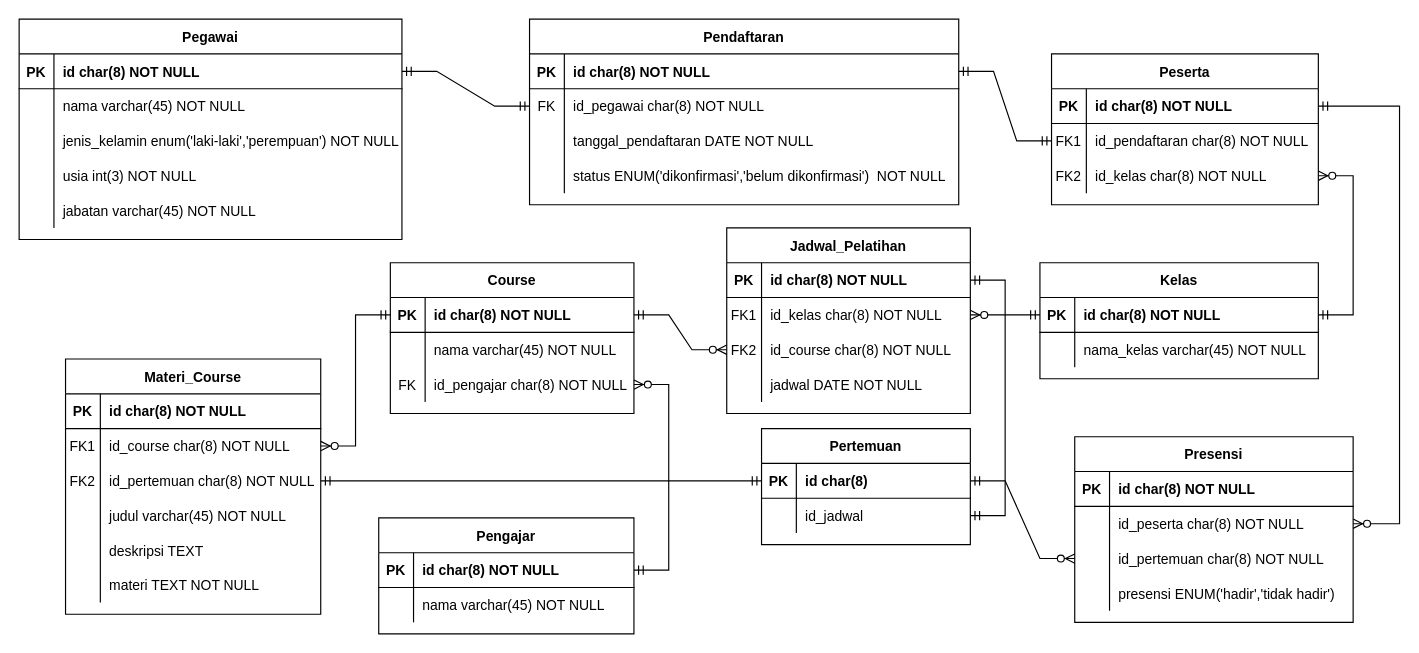
The draw.io diagram PelatihanPegawai.drawio in amar-ti2021/tugas_basis_data, before the edit. Source tidied: cells renumbered, new cells numbered last; positions are measured from the earlier drawing's top-left corner, leaving out a move shared by most shapes. Both pictures are drawn from the tidied source at 116%, with x=0, y=0 at pixel (19, 19).
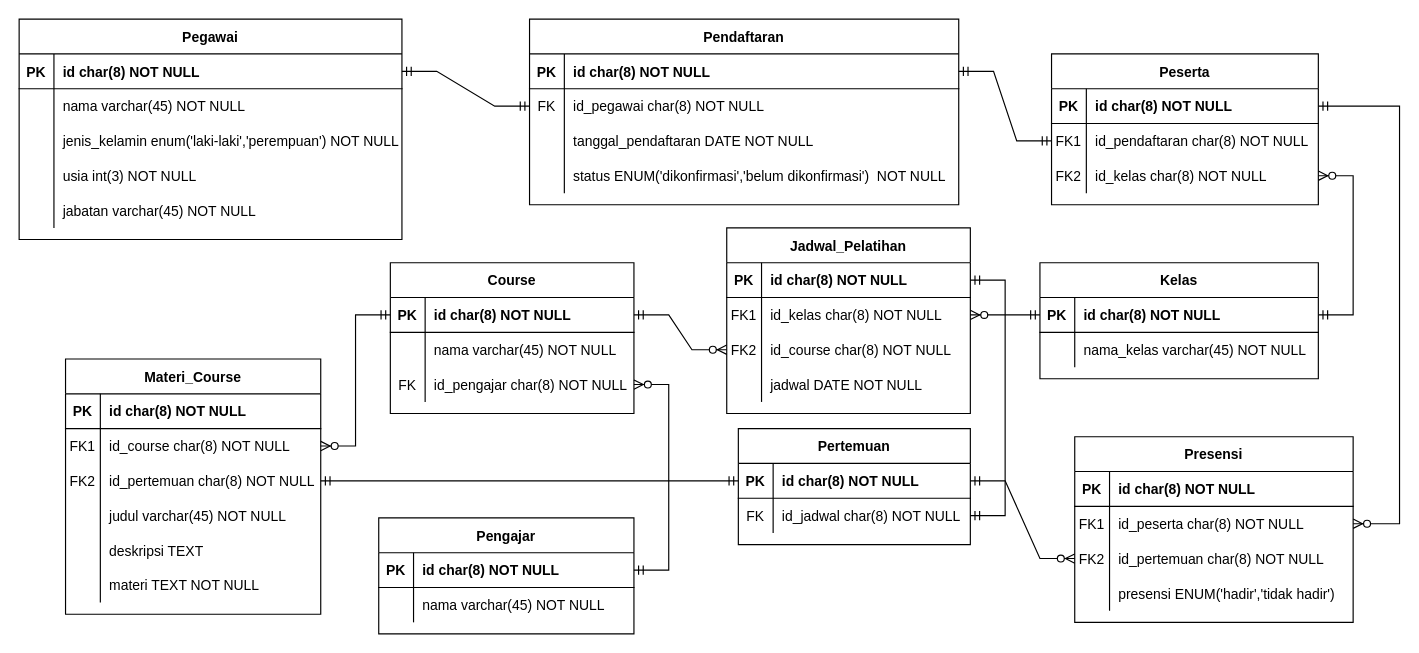
The same diagram, later.

Unchanged cells that the change refers to:
```xml
<mxCell id="117" style="shape=tableRow;horizontal=0;startSize=0;swimlaneHead=0;swimlaneBody=0;fillColor=none;points=[[0,0.5],[1,0.5]];portConstraint=eastwest;top=0;left=0;right=0;bottom=0;" parent="113" vertex="1">
  <mxGeometry y="60" width="240" height="30" as="geometry" />
</mxCell>
<mxCell id="120" style="shape=tableRow;horizontal=0;startSize=0;swimlaneHead=0;swimlaneBody=0;fillColor=none;points=[[0,0.5],[1,0.5]];portConstraint=eastwest;top=0;left=0;right=0;bottom=0;" parent="113" vertex="1">
  <mxGeometry y="90" width="240" height="30" as="geometry" />
</mxCell>
```

Change to the diagram source:
```diff
@@
     <mxCell id="104" value="Pertemuan" style="shape=table;startSize=30;childLayout=tableLayout;rowLines=0;fontStyle=1;align=center;" parent="1" vertex="1">
-      <mxGeometry x="640" y="353" width="180" height="100" as="geometry" />
+      <mxGeometry x="620" y="353" width="200" height="100" as="geometry" />
     </mxCell>
     <mxCell id="105" style="shape=tableRow;horizontal=0;startSize=0;swimlaneHead=0;swimlaneBody=0;fillColor=none;points=[[0,0.5],[1,0.5]];portConstraint=eastwest;top=0;left=0;right=0;bottom=1;" parent="104" vertex="1">
-      <mxGeometry y="30" width="180" height="30" as="geometry" />
+      <mxGeometry y="30" width="200" height="30" as="geometry" />
     </mxCell>
@@
-    <mxCell id="107" value="id char(8) " style="shape=partialRectangle;fillColor=none;top=0;left=0;bottom=0;right=0;align=left;spacingLeft=6;fontStyle=1;overflow=hidden;" parent="105" vertex="1">
-      <mxGeometry x="30" width="150" height="30" as="geometry" />
+    <mxCell id="107" value="id char(8) NOT NULL" style="shape=partialRectangle;fillColor=none;top=0;left=0;bottom=0;right=0;align=left;spacingLeft=6;fontStyle=1;overflow=hidden;" parent="105" vertex="1">
+      <mxGeometry x="30" width="170" height="30" as="geometry" />
     </mxCell>
     <mxCell id="108" style="shape=tableRow;horizontal=0;startSize=0;swimlaneHead=0;swimlaneBody=0;fillColor=none;points=[[0,0.5],[1,0.5]];portConstraint=eastwest;top=0;left=0;right=0;bottom=0;" parent="104" vertex="1">
-      <mxGeometry y="60" width="180" height="30" as="geometry" />
+      <mxGeometry y="60" width="200" height="30" as="geometry" />
     </mxCell>
-    <mxCell id="109" style="shape=partialRectangle;fillColor=none;top=0;left=0;bottom=0;right=0;overflow=hidden;" parent="108" vertex="1">
+    <mxCell id="109" value="FK" style="shape=partialRectangle;fillColor=none;top=0;left=0;bottom=0;right=0;overflow=hidden;" parent="108" vertex="1">
       <mxGeometry width="30" height="30" as="geometry" />
     </mxCell>
-    <mxCell id="110" value="id_jadwal" style="shape=partialRectangle;fillColor=none;top=0;left=0;bottom=0;right=0;align=left;spacingLeft=6;overflow=hidden;" parent="108" vertex="1">
-      <mxGeometry x="30" width="150" height="30" as="geometry" />
+    <mxCell id="110" value="id_jadwal char(8) NOT NULL" style="shape=partialRectangle;fillColor=none;top=0;left=0;bottom=0;right=0;align=left;spacingLeft=6;overflow=hidden;" parent="108" vertex="1">
+      <mxGeometry x="30" width="170" height="30" as="geometry" />
     </mxCell>
@@
-    <mxCell id="118" style="shape=partialRectangle;fillColor=none;top=0;left=0;bottom=0;right=0;overflow=hidden;" parent="117" vertex="1">
+    <mxCell id="118" value="FK1" style="shape=partialRectangle;fillColor=none;top=0;left=0;bottom=0;right=0;overflow=hidden;" parent="117" vertex="1">
       <mxGeometry width="30" height="30" as="geometry" />
     </mxCell>
@@
-    <mxCell id="121" style="shape=partialRectangle;fillColor=none;top=0;left=0;bottom=0;right=0;overflow=hidden;" parent="120" vertex="1">
+    <mxCell id="121" value="FK2" style="shape=partialRectangle;fillColor=none;top=0;left=0;bottom=0;right=0;overflow=hidden;" parent="120" vertex="1">
       <mxGeometry width="30" height="30" as="geometry" />
     </mxCell>
```
